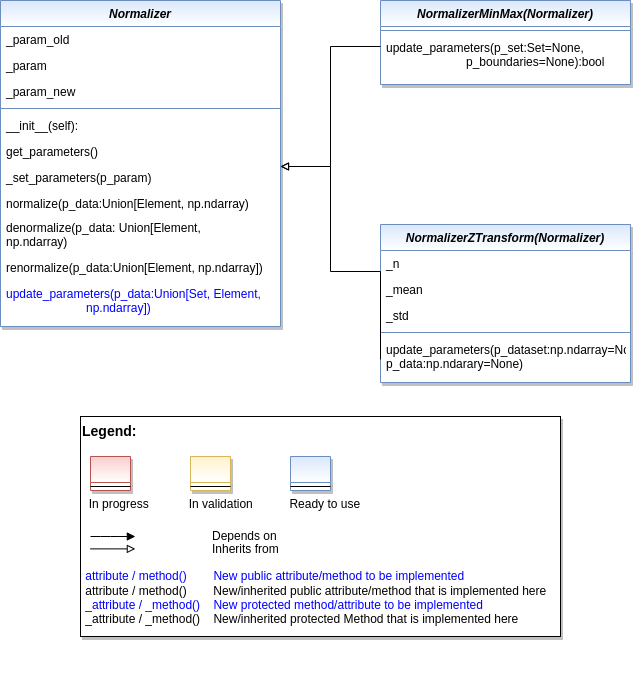
The draw.io diagram doc/rtd/content/append2/core/images/bf/MLPro-BF-Math-Normalizers_class_diagram.drawio.png in fhswf/MLPro, before a commit. Source tidied: cells renumbered, new cells last; positions are measured from the earlier drawing's top-left corner, leaving out a move shared by most shapes. Source of this version:
```xml
<mxGraphModel>
  <root>
    <mxCell id="0" />
    <mxCell id="1" parent="0" />
    <mxCell id="2" value="Normalizer" style="swimlane;fontStyle=3;align=center;verticalAlign=top;horizontal=1;startSize=26;rounded=0;shadow=1;strokeWidth=1;fillColor=#dae8fc;strokeColor=#6c8ebf;gradientColor=#FFFFFF;swimlaneFillColor=#FFFFFF;" parent="1" vertex="1">
      <mxGeometry width="280" height="326" as="geometry" />
    </mxCell>
    <mxCell id="3" value="_param_old" style="text;align=left;verticalAlign=top;spacingLeft=4;spacingRight=4;overflow=hidden;rounded=0;shadow=0;html=0;" parent="2" vertex="1">
      <mxGeometry y="26" width="280" height="26" as="geometry" />
    </mxCell>
    <mxCell id="4" value="_param" style="text;align=left;verticalAlign=top;spacingLeft=4;spacingRight=4;overflow=hidden;rounded=0;shadow=0;html=0;" parent="2" vertex="1">
      <mxGeometry y="52" width="280" height="26" as="geometry" />
    </mxCell>
    <mxCell id="5" value="_param_new" style="text;align=left;verticalAlign=top;spacingLeft=4;spacingRight=4;overflow=hidden;rounded=0;shadow=0;html=0;" parent="2" vertex="1">
      <mxGeometry y="78" width="280" height="26" as="geometry" />
    </mxCell>
    <mxCell id="6" style="line;html=1;strokeWidth=1;align=left;verticalAlign=middle;spacingTop=-1;spacingLeft=3;spacingRight=3;labelPosition=right;fillColor=#dae8fc;strokeColor=#6c8ebf;gradientColor=#FFFFFF;" parent="2" vertex="1">
      <mxGeometry y="104" width="280" height="8" as="geometry" />
    </mxCell>
    <mxCell id="7" value="__init__(self):" style="text;align=left;verticalAlign=top;spacingLeft=4;spacingRight=4;overflow=hidden;" parent="2" vertex="1">
      <mxGeometry y="112" width="280" height="26" as="geometry" />
    </mxCell>
    <mxCell id="8" value="get_parameters()" style="text;align=left;verticalAlign=top;spacingLeft=4;spacingRight=4;overflow=hidden;" parent="2" vertex="1">
      <mxGeometry y="138" width="280" height="26" as="geometry" />
    </mxCell>
    <mxCell id="9" value="_set_parameters(p_param)" style="text;align=left;verticalAlign=top;spacingLeft=4;spacingRight=4;overflow=hidden;fontColor=#000000;" parent="2" vertex="1">
      <mxGeometry y="164" width="280" height="26" as="geometry" />
    </mxCell>
    <mxCell id="10" value="normalize(p_data:Union[Element, np.ndarray)" style="text;align=left;verticalAlign=top;spacingLeft=4;spacingRight=4;overflow=hidden;whiteSpace=wrap;" parent="2" vertex="1">
      <mxGeometry y="190" width="280" height="24" as="geometry" />
    </mxCell>
    <mxCell id="11" value="denormalize(p_data: Union[Element,                      np.ndarray)" style="text;align=left;verticalAlign=top;spacingLeft=4;spacingRight=4;overflow=hidden;whiteSpace=wrap;" parent="2" vertex="1">
      <mxGeometry y="214" width="280" height="40" as="geometry" />
    </mxCell>
    <mxCell id="12" value="renormalize(p_data:Union[Element, np.ndarray])" style="text;align=left;verticalAlign=top;spacingLeft=4;spacingRight=4;overflow=hidden;fontColor=#000000;" parent="2" vertex="1">
      <mxGeometry y="254" width="280" height="26" as="geometry" />
    </mxCell>
    <mxCell id="13" value="update_parameters(p_data:Union[Set, Element,                         np.ndarray])" style="text;align=left;verticalAlign=top;spacingLeft=4;spacingRight=4;overflow=hidden;fontColor=#0000FF;whiteSpace=wrap;" parent="2" vertex="1">
      <mxGeometry y="280" width="280" height="44" as="geometry" />
    </mxCell>
    <mxCell id="14" value="NormalizerMinMax(Normalizer)" style="swimlane;fontStyle=3;align=center;verticalAlign=top;horizontal=1;startSize=26;rounded=0;shadow=1;strokeWidth=1;fillColor=#dae8fc;strokeColor=#6c8ebf;gradientColor=#FFFFFF;swimlaneFillColor=#FFFFFF;" parent="1" vertex="1">
      <mxGeometry x="380" width="250" height="84" as="geometry" />
    </mxCell>
    <mxCell id="15" style="line;html=1;strokeWidth=1;align=left;verticalAlign=middle;spacingTop=-1;spacingLeft=3;spacingRight=3;labelPosition=right;fillColor=#dae8fc;strokeColor=#6c8ebf;" parent="14" vertex="1">
      <mxGeometry y="26" width="250" height="8" as="geometry" />
    </mxCell>
    <mxCell id="16" value="update_parameters(p_set:Set=None,                         p_boundaries=None):bool" style="text;align=left;verticalAlign=top;spacingLeft=4;spacingRight=4;overflow=hidden;fontColor=#000000;whiteSpace=wrap;" parent="14" vertex="1">
      <mxGeometry y="34" width="250" height="50" as="geometry" />
    </mxCell>
    <mxCell id="17" style="edgeStyle=orthogonalEdgeStyle;rounded=0;jettySize=auto;html=1;fontColor=#000000;endArrow=block;endFill=0;" parent="1" edge="1" source="14">
      <mxGeometry relative="1" as="geometry">
        <mxPoint x="280" y="166" as="targetPoint" />
        <Array as="points">
          <mxPoint x="330" y="46" />
          <mxPoint x="330" y="166" />
        </Array>
      </mxGeometry>
    </mxCell>
    <mxCell id="18" value="NormalizerZTransform(Normalizer)" style="swimlane;fontStyle=3;align=center;verticalAlign=top;horizontal=1;startSize=26;rounded=0;shadow=1;strokeWidth=1;fillColor=#dae8fc;strokeColor=#6c8ebf;gradientColor=#FFFFFF;swimlaneFillColor=#FFFFFF;" parent="1" vertex="1">
      <mxGeometry x="380" y="224" width="250" height="158" as="geometry" />
    </mxCell>
    <mxCell id="19" value="_n" style="text;align=left;verticalAlign=top;spacingLeft=4;spacingRight=4;overflow=hidden;rounded=0;shadow=0;html=0;" parent="18" vertex="1">
      <mxGeometry y="26" width="250" height="26" as="geometry" />
    </mxCell>
    <mxCell id="20" value="_mean" style="text;align=left;verticalAlign=top;spacingLeft=4;spacingRight=4;overflow=hidden;rounded=0;shadow=0;html=0;" parent="18" vertex="1">
      <mxGeometry y="52" width="250" height="26" as="geometry" />
    </mxCell>
    <mxCell id="21" value="_std" style="text;align=left;verticalAlign=top;spacingLeft=4;spacingRight=4;overflow=hidden;rounded=0;shadow=0;html=0;" parent="18" vertex="1">
      <mxGeometry y="78" width="250" height="26" as="geometry" />
    </mxCell>
    <mxCell id="22" style="line;html=1;strokeWidth=1;align=left;verticalAlign=middle;spacingTop=-1;spacingLeft=3;spacingRight=3;labelPosition=right;fillColor=#dae8fc;strokeColor=#6c8ebf;gradientColor=#FFFFFF;" parent="18" vertex="1">
      <mxGeometry y="104" width="250" height="8" as="geometry" />
    </mxCell>
    <mxCell id="23" value="update_parameters(p_dataset:np.ndarray=None, p_data:np.ndarary=None)" style="text;align=left;verticalAlign=top;spacingLeft=4;spacingRight=4;overflow=hidden;points=[[0,0.5],[1,0.5]];portConstraint=eastwest;fontColor=#000000;whiteSpace=wrap;" parent="18" vertex="1">
      <mxGeometry y="112" width="250" height="46" as="geometry" />
    </mxCell>
    <mxCell id="24" style="edgeStyle=orthogonalEdgeStyle;rounded=0;jettySize=auto;html=1;fontColor=#000000;endArrow=block;endFill=0;exitX=0;exitY=0.5;exitDx=0;exitDy=0;" parent="1" edge="1" source="23">
      <mxGeometry relative="1" as="geometry">
        <mxPoint x="280" y="166" as="targetPoint" />
        <Array as="points">
          <mxPoint x="330" y="271" />
          <mxPoint x="330" y="166" />
        </Array>
      </mxGeometry>
    </mxCell>
    <mxCell id="25" style="group;" parent="1" vertex="1">
      <mxGeometry x="80" y="416" width="480" height="220" as="geometry" />
    </mxCell>
    <mxCell id="26" value="&lt;font color=&quot;#000000&quot; size=&quot;1&quot;&gt;&lt;b style=&quot;font-size: 14px&quot;&gt;Legend:&lt;br&gt;&lt;/b&gt;&lt;/font&gt;&lt;br&gt;&lt;br&gt;&lt;br&gt;&lt;font color=&quot;#0000ff&quot; style=&quot;font-size: 6px&quot;&gt;&lt;br&gt;&lt;/font&gt;&lt;span style=&quot;color: rgb(0 , 0 , 0)&quot;&gt;&lt;font style=&quot;font-size: 4px&quot;&gt;&amp;nbsp; &amp;nbsp;&lt;/font&gt;&amp;nbsp;In progress&amp;nbsp; &amp;nbsp; &amp;nbsp; &amp;nbsp; &amp;nbsp; &amp;nbsp; In validation&amp;nbsp; &amp;nbsp; &amp;nbsp; &amp;nbsp; &amp;nbsp; &amp;nbsp;Ready to use&lt;/span&gt;&lt;font color=&quot;#000000&quot;&gt;&amp;nbsp;&lt;br&gt;&lt;/font&gt;&lt;font color=&quot;#0000ff&quot;&gt;&lt;br&gt;&lt;br&gt;&lt;br&gt;&lt;br&gt;&amp;nbsp;attribute / method()&amp;nbsp; &amp;nbsp; &amp;nbsp; &amp;nbsp; New public attribute/method to be implemented&lt;/font&gt;&lt;br&gt;&lt;font color=&quot;#000000&quot;&gt;&amp;nbsp;&lt;/font&gt;&lt;font color=&quot;#000000&quot;&gt;attribute / method()&lt;span&gt;&#9;&lt;/span&gt;&amp;nbsp; &amp;nbsp; &amp;nbsp; &amp;nbsp;New/inherited public attribute/method that is implemented here&lt;br&gt;&lt;/font&gt;&lt;font color=&quot;#0000ff&quot;&gt;&amp;nbsp;_attribute /&amp;nbsp;&lt;/font&gt;&lt;font color=&quot;#0000ff&quot;&gt;_method()&amp;nbsp; &amp;nbsp; New protected method/attribute to be implemented&lt;/font&gt;&lt;br&gt;&lt;font color=&quot;#000000&quot;&gt;&amp;nbsp;_attribute / _method()&amp;nbsp; &amp;nbsp; New/inherited protected Method that is implemented here&lt;br&gt;&lt;/font&gt;&lt;font color=&quot;#000000&quot;&gt;&lt;br&gt;&lt;br&gt;&lt;br&gt;&lt;br&gt;&lt;br&gt;&lt;/font&gt;" style="text;html=1;align=left;verticalAlign=top;whiteSpace=wrap;rounded=0;fontColor=#006600;strokeColor=#000000;shadow=1;fillColor=#ffffff;" parent="25" vertex="1">
      <mxGeometry width="480" height="220" as="geometry" />
    </mxCell>
    <mxCell id="27" value="Depends on" style="endArrow=block;html=1;labelPosition=right;verticalLabelPosition=middle;align=left;verticalAlign=middle;endFill=1;fontSize=12;" parent="25" edge="1">
      <mxGeometry x="-1590" y="-2180" as="geometry">
        <mxPoint x="10" y="120" as="sourcePoint" />
        <mxPoint x="54.8" y="120" as="targetPoint" />
        <Array as="points">
          <mxPoint x="30" y="120" />
        </Array>
        <mxPoint x="98" as="offset" />
      </mxGeometry>
    </mxCell>
    <mxCell id="28" value="Inherits from" style="endArrow=block;html=1;labelPosition=right;verticalLabelPosition=middle;align=left;verticalAlign=middle;endFill=0;fontSize=12;" parent="25" edge="1">
      <mxGeometry x="-1590" y="-2180" as="geometry">
        <mxPoint x="10" y="132.4" as="sourcePoint" />
        <mxPoint x="54.8" y="132.4" as="targetPoint" />
        <mxPoint x="98" y="1" as="offset" />
      </mxGeometry>
    </mxCell>
    <mxCell id="29" style="swimlane;fontStyle=3;align=center;verticalAlign=top;horizontal=1;startSize=26;rounded=0;shadow=1;strokeWidth=1;fillColor=#f8cecc;strokeColor=#b85450;gradientColor=#ffffff;swimlaneFillColor=#ffffff;" parent="25" vertex="1">
      <mxGeometry x="10" y="40" width="40" height="34" as="geometry" />
    </mxCell>
    <mxCell id="30" style="line;html=1;strokeWidth=1;align=left;verticalAlign=middle;spacingTop=-1;spacingLeft=3;spacingRight=3;labelPosition=right;" parent="29" vertex="1">
      <mxGeometry y="26" width="40" height="8" as="geometry" />
    </mxCell>
    <mxCell id="31" style="swimlane;fontStyle=3;align=center;verticalAlign=top;horizontal=1;startSize=26;rounded=0;shadow=1;strokeWidth=1;fillColor=#fff2cc;strokeColor=#d6b656;gradientColor=#ffffff;swimlaneFillColor=#ffffff;" parent="25" vertex="1">
      <mxGeometry x="110" y="40" width="40" height="34" as="geometry" />
    </mxCell>
    <mxCell id="32" style="line;html=1;strokeWidth=1;align=left;verticalAlign=middle;spacingTop=-1;spacingLeft=3;spacingRight=3;labelPosition=right;" parent="31" vertex="1">
      <mxGeometry y="26" width="40" height="8" as="geometry" />
    </mxCell>
    <mxCell id="33" style="swimlane;fontStyle=3;align=center;verticalAlign=top;horizontal=1;startSize=26;rounded=0;shadow=1;strokeWidth=1;fillColor=#dae8fc;strokeColor=#6c8ebf;gradientColor=#ffffff;swimlaneFillColor=#ffffff;" parent="25" vertex="1">
      <mxGeometry x="210" y="40" width="40" height="34" as="geometry" />
    </mxCell>
    <mxCell id="34" style="line;html=1;strokeWidth=1;align=left;verticalAlign=middle;spacingTop=-1;spacingLeft=3;spacingRight=3;labelPosition=right;" parent="33" vertex="1">
      <mxGeometry y="26" width="40" height="8" as="geometry" />
    </mxCell>
  </root>
</mxGraphModel>
```
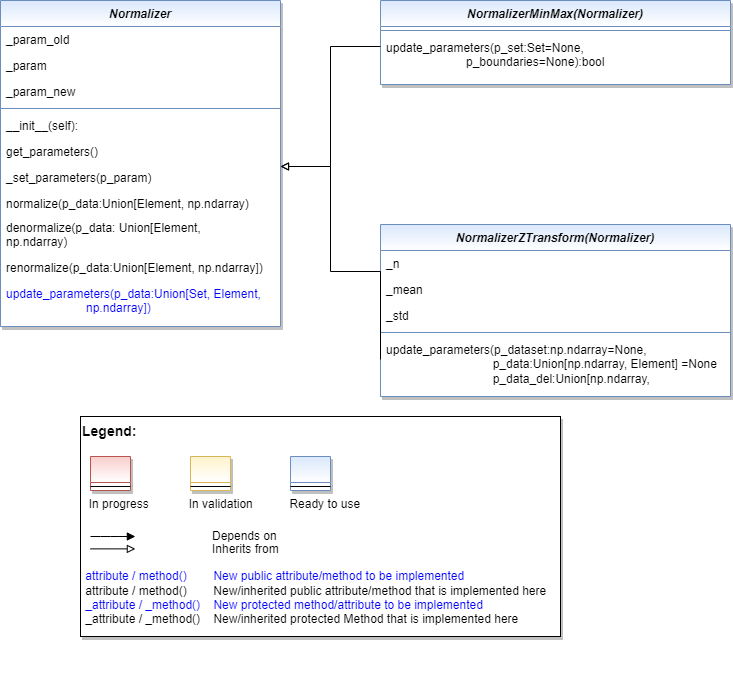
After the commit.

What changed in the source:
```diff
@@ -39,13 +39,13 @@
       <mxGeometry y="280" width="280" height="44" as="geometry" />
     </mxCell>
     <mxCell id="14" value="NormalizerMinMax(Normalizer)" style="swimlane;fontStyle=3;align=center;verticalAlign=top;horizontal=1;startSize=26;rounded=0;shadow=1;strokeWidth=1;fillColor=#dae8fc;strokeColor=#6c8ebf;gradientColor=#FFFFFF;swimlaneFillColor=#FFFFFF;" parent="1" vertex="1">
-      <mxGeometry x="380" width="250" height="84" as="geometry" />
+      <mxGeometry x="380" width="350" height="84" as="geometry" />
     </mxCell>
     <mxCell id="15" style="line;html=1;strokeWidth=1;align=left;verticalAlign=middle;spacingTop=-1;spacingLeft=3;spacingRight=3;labelPosition=right;fillColor=#dae8fc;strokeColor=#6c8ebf;" parent="14" vertex="1">
-      <mxGeometry y="26" width="250" height="8" as="geometry" />
+      <mxGeometry y="26" width="350" height="8" as="geometry" />
     </mxCell>
     <mxCell id="16" value="update_parameters(p_set:Set=None,                         p_boundaries=None):bool" style="text;align=left;verticalAlign=top;spacingLeft=4;spacingRight=4;overflow=hidden;fontColor=#000000;whiteSpace=wrap;" parent="14" vertex="1">
-      <mxGeometry y="34" width="250" height="50" as="geometry" />
+      <mxGeometry y="34" width="350" height="50" as="geometry" />
     </mxCell>
     <mxCell id="17" style="edgeStyle=orthogonalEdgeStyle;rounded=0;jettySize=auto;html=1;fontColor=#000000;endArrow=block;endFill=0;" parent="1" edge="1" source="14">
       <mxGeometry relative="1" as="geometry">
@@ -57,22 +57,22 @@
       </mxGeometry>
     </mxCell>
     <mxCell id="18" value="NormalizerZTransform(Normalizer)" style="swimlane;fontStyle=3;align=center;verticalAlign=top;horizontal=1;startSize=26;rounded=0;shadow=1;strokeWidth=1;fillColor=#dae8fc;strokeColor=#6c8ebf;gradientColor=#FFFFFF;swimlaneFillColor=#FFFFFF;" parent="1" vertex="1">
-      <mxGeometry x="380" y="224" width="250" height="158" as="geometry" />
+      <mxGeometry x="380" y="224" width="350" height="172" as="geometry" />
     </mxCell>
     <mxCell id="19" value="_n" style="text;align=left;verticalAlign=top;spacingLeft=4;spacingRight=4;overflow=hidden;rounded=0;shadow=0;html=0;" parent="18" vertex="1">
-      <mxGeometry y="26" width="250" height="26" as="geometry" />
+      <mxGeometry y="26" width="350" height="26" as="geometry" />
     </mxCell>
     <mxCell id="20" value="_mean" style="text;align=left;verticalAlign=top;spacingLeft=4;spacingRight=4;overflow=hidden;rounded=0;shadow=0;html=0;" parent="18" vertex="1">
-      <mxGeometry y="52" width="250" height="26" as="geometry" />
+      <mxGeometry y="52" width="350" height="26" as="geometry" />
     </mxCell>
     <mxCell id="21" value="_std" style="text;align=left;verticalAlign=top;spacingLeft=4;spacingRight=4;overflow=hidden;rounded=0;shadow=0;html=0;" parent="18" vertex="1">
-      <mxGeometry y="78" width="250" height="26" as="geometry" />
+      <mxGeometry y="78" width="350" height="26" as="geometry" />
     </mxCell>
     <mxCell id="22" style="line;html=1;strokeWidth=1;align=left;verticalAlign=middle;spacingTop=-1;spacingLeft=3;spacingRight=3;labelPosition=right;fillColor=#dae8fc;strokeColor=#6c8ebf;gradientColor=#FFFFFF;" parent="18" vertex="1">
-      <mxGeometry y="104" width="250" height="8" as="geometry" />
+      <mxGeometry y="104" width="350" height="8" as="geometry" />
     </mxCell>
-    <mxCell id="23" value="update_parameters(p_dataset:np.ndarray=None, p_data:np.ndarary=None)" style="text;align=left;verticalAlign=top;spacingLeft=4;spacingRight=4;overflow=hidden;points=[[0,0.5],[1,0.5]];portConstraint=eastwest;fontColor=#000000;whiteSpace=wrap;" parent="18" vertex="1">
-      <mxGeometry y="112" width="250" height="46" as="geometry" />
+    <mxCell id="23" value="update_parameters(p_dataset:np.ndarray=None,                                 p_data:Union[np.ndarray, Element] =None&#10;                                p_data_del:Union[np.ndarray, Element]+none)" style="text;align=left;verticalAlign=top;spacingLeft=4;spacingRight=4;overflow=hidden;points=[[0,0.5],[1,0.5]];portConstraint=eastwest;fontColor=#000000;whiteSpace=wrap;" parent="18" vertex="1">
+      <mxGeometry y="112" width="350" height="46" as="geometry" />
     </mxCell>
     <mxCell id="24" style="edgeStyle=orthogonalEdgeStyle;rounded=0;jettySize=auto;html=1;fontColor=#000000;endArrow=block;endFill=0;exitX=0;exitY=0.5;exitDx=0;exitDy=0;" parent="1" edge="1" source="23">
       <mxGeometry relative="1" as="geometry">
```
